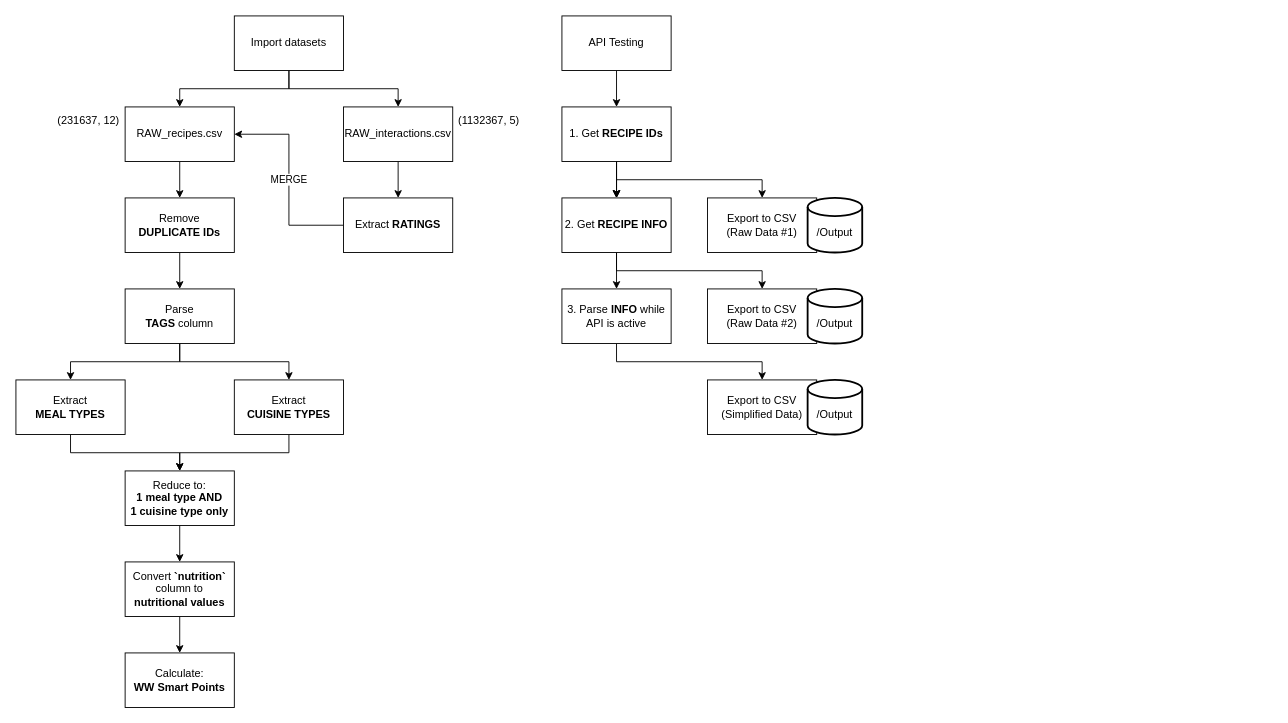
This is data_cleaning_process.drawio from alyssahondrade/Project1, a draw.io file, before an edit. Source tidied: cells renumbered, new cells numbered last; positions are measured from the earlier drawing's top-left corner, leaving out a move shared by most shapes. Both pictures are drawn from the tidied source at 91%, with x=0, y=0 at pixel (15, 15).
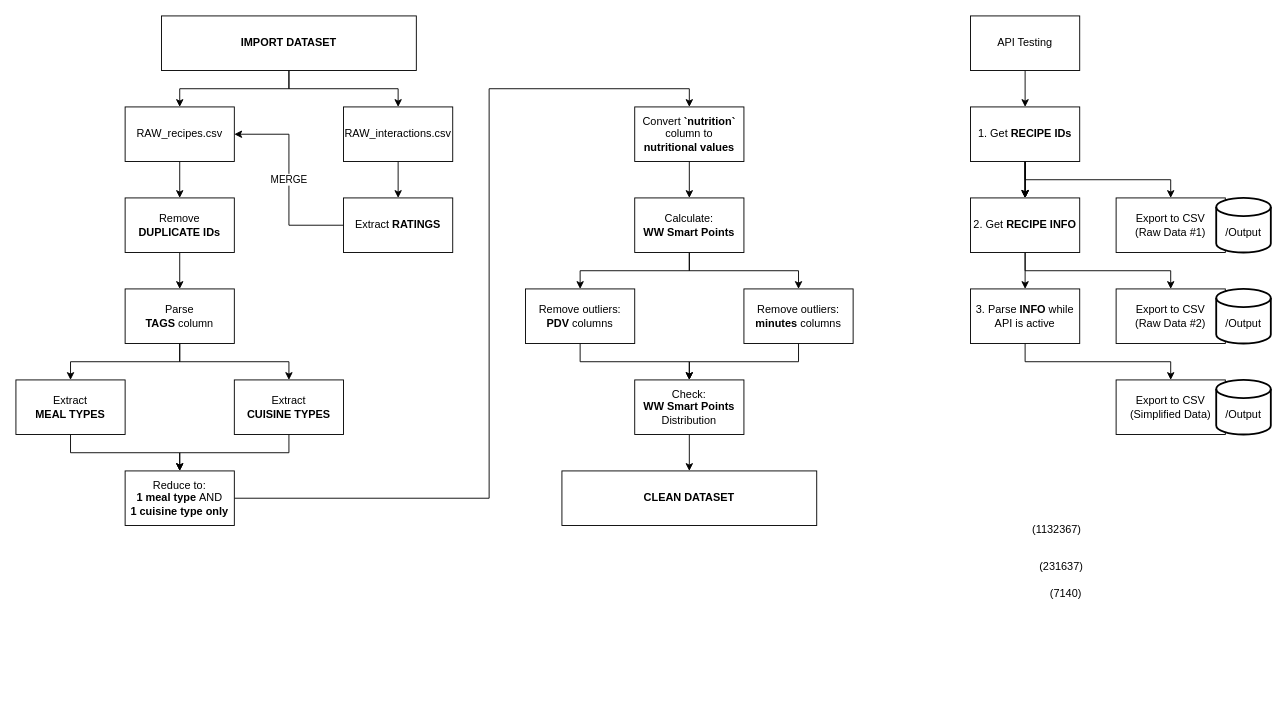
Above is the later version.

Diff of the diagram source:
```diff
@@
-    <mxCell id="2" style="edgeStyle=orthogonalEdgeStyle;rounded=0;jettySize=auto;html=1;exitX=0.5;exitY=1;exitDx=0;exitDy=0;" parent="1" edge="1" source="23" target="5">
+    <mxCell id="2" style="edgeStyle=orthogonalEdgeStyle;rounded=0;jettySize=auto;html=1;exitX=0.5;exitY=1;exitDx=0;exitDy=0;fontFamily=Trebuchet MS;" parent="1" edge="1" source="23" target="5">
       <mxGeometry relative="1" as="geometry" />
     </mxCell>
-    <mxCell id="3" style="edgeStyle=orthogonalEdgeStyle;rounded=0;jettySize=auto;html=1;exitX=0.5;exitY=1;exitDx=0;exitDy=0;" parent="1" edge="1" source="23" target="7">
+    <mxCell id="3" style="edgeStyle=orthogonalEdgeStyle;rounded=0;jettySize=auto;html=1;exitX=0.5;exitY=1;exitDx=0;exitDy=0;fontFamily=Trebuchet MS;" parent="1" edge="1" source="23" target="7">
       <mxGeometry relative="1" as="geometry" />
     </mxCell>
-    <mxCell id="4" style="edgeStyle=orthogonalEdgeStyle;rounded=0;jettySize=auto;html=1;" parent="1" edge="1" source="5" target="9">
+    <mxCell id="4" style="edgeStyle=orthogonalEdgeStyle;rounded=0;jettySize=auto;html=1;fontFamily=Trebuchet MS;" parent="1" edge="1" source="5" target="9">
       <mxGeometry relative="1" as="geometry" />
     </mxCell>
-    <mxCell id="5" value="RAW_interactions.csv" style="whiteSpace=wrap;html=1;" parent="1" vertex="1">
+    <mxCell id="5" value="RAW_interactions.csv" style="whiteSpace=wrap;html=1;fontFamily=Trebuchet MS;" parent="1" vertex="1">
       <mxGeometry x="360" y="100" width="120" height="60" as="geometry" />
     </mxCell>
-    <mxCell id="6" style="edgeStyle=orthogonalEdgeStyle;rounded=0;jettySize=auto;html=1;" parent="1" edge="1" source="7" target="11">
+    <mxCell id="6" style="edgeStyle=orthogonalEdgeStyle;rounded=0;jettySize=auto;html=1;fontFamily=Trebuchet MS;" parent="1" edge="1" source="7" target="11">
       <mxGeometry relative="1" as="geometry" />
     </mxCell>
-    <mxCell id="7" value="RAW_recipes.csv" style="whiteSpace=wrap;html=1;" parent="1" vertex="1">
+    <mxCell id="7" value="RAW_recipes.csv" style="whiteSpace=wrap;html=1;fontFamily=Trebuchet MS;" parent="1" vertex="1">
       <mxGeometry x="120" y="100" width="120" height="60" as="geometry" />
     </mxCell>
-    <mxCell id="8" value="MERGE" style="edgeStyle=orthogonalEdgeStyle;rounded=0;jettySize=auto;html=1;entryX=1;entryY=0.5;entryDx=0;entryDy=0;" parent="1" edge="1" source="9" target="7">
+    <mxCell id="8" value="MERGE" style="edgeStyle=orthogonalEdgeStyle;rounded=0;jettySize=auto;html=1;entryX=1;entryY=0.5;entryDx=0;entryDy=0;fontFamily=Trebuchet MS;" parent="1" edge="1" source="9" target="7">
       <mxGeometry relative="1" as="geometry" />
     </mxCell>
-    <mxCell id="9" value="Extract &lt;b&gt;RATINGS&lt;/b&gt;" style="whiteSpace=wrap;html=1;" parent="1" vertex="1">
+    <mxCell id="9" value="Extract &lt;b&gt;RATINGS&lt;/b&gt;" style="whiteSpace=wrap;html=1;fontFamily=Trebuchet MS;" parent="1" vertex="1">
       <mxGeometry x="360" y="200" width="120" height="60" as="geometry" />
     </mxCell>
-    <mxCell id="10" style="edgeStyle=orthogonalEdgeStyle;rounded=0;jettySize=auto;html=1;" parent="1" edge="1" source="11" target="14">
+    <mxCell id="10" style="edgeStyle=orthogonalEdgeStyle;rounded=0;jettySize=auto;html=1;fontFamily=Trebuchet MS;" parent="1" edge="1" source="11" target="14">
       <mxGeometry relative="1" as="geometry" />
     </mxCell>
-    <mxCell id="11" value="Remove&lt;br&gt;&lt;b&gt;DUPLICATE IDs&lt;/b&gt;" style="whiteSpace=wrap;html=1;" parent="1" vertex="1">
+    <mxCell id="11" value="Remove&lt;br&gt;&lt;b&gt;DUPLICATE IDs&lt;/b&gt;" style="whiteSpace=wrap;html=1;fontFamily=Trebuchet MS;" parent="1" vertex="1">
       <mxGeometry x="120" y="200" width="120" height="60" as="geometry" />
     </mxCell>
-    <mxCell id="12" style="edgeStyle=orthogonalEdgeStyle;rounded=0;jettySize=auto;html=1;" parent="1" edge="1" source="14" target="16">
+    <mxCell id="12" style="edgeStyle=orthogonalEdgeStyle;rounded=0;jettySize=auto;html=1;fontFamily=Trebuchet MS;" parent="1" edge="1" source="14" target="16">
       <mxGeometry relative="1" as="geometry" />
     </mxCell>
-    <mxCell id="13" style="edgeStyle=orthogonalEdgeStyle;rounded=0;jettySize=auto;html=1;" parent="1" edge="1" source="14" target="18">
+    <mxCell id="13" style="edgeStyle=orthogonalEdgeStyle;rounded=0;jettySize=auto;html=1;fontFamily=Trebuchet MS;" parent="1" edge="1" source="14" target="18">
       <mxGeometry relative="1" as="geometry" />
     </mxCell>
-    <mxCell id="14" value="Parse&lt;br&gt;&lt;b&gt;TAGS &lt;/b&gt;column" style="whiteSpace=wrap;html=1;" parent="1" vertex="1">
+    <mxCell id="14" value="Parse&lt;br&gt;&lt;b&gt;TAGS &lt;/b&gt;column" style="whiteSpace=wrap;html=1;fontFamily=Trebuchet MS;" parent="1" vertex="1">
       <mxGeometry x="120" y="300" width="120" height="60" as="geometry" />
     </mxCell>
-    <mxCell id="15" style="edgeStyle=orthogonalEdgeStyle;rounded=0;jettySize=auto;html=1;" parent="1" edge="1" source="16" target="20">
+    <mxCell id="15" style="edgeStyle=orthogonalEdgeStyle;rounded=0;jettySize=auto;html=1;fontFamily=Trebuchet MS;" parent="1" edge="1" source="16" target="20">
       <mxGeometry relative="1" as="geometry" />
     </mxCell>
-    <mxCell id="16" value="Extract&lt;br&gt;&lt;b&gt;MEAL TYPES&lt;/b&gt;" style="whiteSpace=wrap;html=1;" parent="1" vertex="1">
+    <mxCell id="16" value="Extract&lt;br&gt;&lt;b&gt;MEAL TYPES&lt;/b&gt;" style="whiteSpace=wrap;html=1;fontFamily=Trebuchet MS;" parent="1" vertex="1">
       <mxGeometry y="400" width="120" height="60" as="geometry" />
     </mxCell>
-    <mxCell id="17" style="edgeStyle=orthogonalEdgeStyle;rounded=0;jettySize=auto;html=1;entryX=0.5;entryY=0;entryDx=0;entryDy=0;" parent="1" edge="1" source="18" target="20">
+    <mxCell id="17" style="edgeStyle=orthogonalEdgeStyle;rounded=0;jettySize=auto;html=1;entryX=0.5;entryY=0;entryDx=0;entryDy=0;fontFamily=Trebuchet MS;" parent="1" edge="1" source="18" target="20">
       <mxGeometry relative="1" as="geometry" />
     </mxCell>
-    <mxCell id="18" value="Extract&lt;br&gt;&lt;b&gt;CUISINE TYPES&lt;/b&gt;" style="whiteSpace=wrap;html=1;" parent="1" vertex="1">
+    <mxCell id="18" value="Extract&lt;br&gt;&lt;b&gt;CUISINE TYPES&lt;/b&gt;" style="whiteSpace=wrap;html=1;fontFamily=Trebuchet MS;" parent="1" vertex="1">
       <mxGeometry x="240" y="400" width="120" height="60" as="geometry" />
     </mxCell>
-    <mxCell id="19" style="edgeStyle=orthogonalEdgeStyle;rounded=0;jettySize=auto;html=1;" parent="1" edge="1" source="20" target="22">
-      <mxGeometry relative="1" as="geometry" />
+    <mxCell id="19" style="edgeStyle=orthogonalEdgeStyle;rounded=0;jettySize=auto;html=1;entryX=0.5;entryY=0;entryDx=0;entryDy=0;fontFamily=Trebuchet MS;" parent="1" edge="1" source="20" target="22">
+      <mxGeometry relative="1" as="geometry">
+        <Array as="points">
+          <mxPoint x="520" y="530" />
+          <mxPoint x="520" y="80" />
+          <mxPoint x="740" y="80" />
+        </Array>
+      </mxGeometry>
     </mxCell>
-    <mxCell id="20" value="Reduce to:&lt;br&gt;&lt;b&gt;1 meal type AND&lt;br&gt;1 cuisine type only&lt;/b&gt;" style="whiteSpace=wrap;html=1;" parent="1" vertex="1">
+    <mxCell id="20" value="Reduce to:&lt;br&gt;&lt;b&gt;1 meal type &lt;/b&gt;AND&lt;br&gt;&lt;b&gt;1 cuisine type only&lt;/b&gt;" style="whiteSpace=wrap;html=1;fontFamily=Trebuchet MS;" parent="1" vertex="1">
       <mxGeometry x="120" y="500" width="120" height="60" as="geometry" />
     </mxCell>
-    <mxCell id="21" style="edgeStyle=orthogonalEdgeStyle;rounded=0;jettySize=auto;html=1;" parent="1" edge="1" source="22" target="24">
+    <mxCell id="21" style="edgeStyle=orthogonalEdgeStyle;rounded=0;jettySize=auto;html=1;fontFamily=Trebuchet MS;" parent="1" edge="1" source="22" target="24">
       <mxGeometry relative="1" as="geometry" />
     </mxCell>
-    <mxCell id="22" value="Convert &lt;b&gt;`nutrition` &lt;/b&gt;column to&lt;br&gt;&lt;b&gt;nutritional values&lt;/b&gt;" style="whiteSpace=wrap;html=1;" parent="1" vertex="1">
-      <mxGeometry x="120" y="600" width="120" height="60" as="geometry" />
+    <mxCell id="22" value="Convert &lt;b&gt;`nutrition` &lt;/b&gt;column to&lt;br&gt;&lt;b&gt;nutritional values&lt;/b&gt;" style="whiteSpace=wrap;html=1;fontFamily=Trebuchet MS;" parent="1" vertex="1">
+      <mxGeometry x="680" y="100" width="120" height="60" as="geometry" />
     </mxCell>
-    <mxCell id="23" value="Import datasets" style="rounded=0;whiteSpace=wrap;html=1;" parent="1" vertex="1">
-      <mxGeometry x="240" width="120" height="60" as="geometry" />
+    <mxCell id="23" value="&lt;b&gt;IMPORT DATASET&lt;/b&gt;" style="rounded=0;whiteSpace=wrap;html=1;fontFamily=Trebuchet MS;" parent="1" vertex="1">
+      <mxGeometry x="160" width="280" height="60" as="geometry" />
     </mxCell>
+    <mxCell id="46" style="edgeStyle=orthogonalEdgeStyle;rounded=0;jettySize=auto;html=1;exitX=0.5;exitY=1;exitDx=0;exitDy=0;fontFamily=Trebuchet MS;" parent="1" edge="1" source="24" target="50">
+      <mxGeometry relative="1" as="geometry" />
+    </mxCell>
+    <mxCell id="47" style="edgeStyle=orthogonalEdgeStyle;rounded=0;jettySize=auto;html=1;exitX=0.5;exitY=1;exitDx=0;exitDy=0;fontFamily=Trebuchet MS;" parent="1" edge="1" source="24" target="52">
+      <mxGeometry relative="1" as="geometry" />
+    </mxCell>
-    <mxCell id="24" value="Calculate:&lt;br&gt;&lt;b&gt;WW Smart Points&lt;/b&gt;" style="whiteSpace=wrap;html=1;" parent="1" vertex="1">
-      <mxGeometry x="120" y="700" width="120" height="60" as="geometry" />
+    <mxCell id="24" value="Calculate:&lt;br&gt;&lt;b&gt;WW Smart Points&lt;/b&gt;" style="whiteSpace=wrap;html=1;fontFamily=Trebuchet MS;" parent="1" vertex="1">
+      <mxGeometry x="680" y="200" width="120" height="60" as="geometry" />
     </mxCell>
-    <mxCell id="25" style="edgeStyle=orthogonalEdgeStyle;rounded=0;jettySize=auto;html=1;" parent="1" edge="1" source="26" target="31">
+    <mxCell id="25" style="edgeStyle=orthogonalEdgeStyle;rounded=0;jettySize=auto;html=1;fontFamily=Trebuchet MS;" parent="1" edge="1" source="26" target="31">
       <mxGeometry relative="1" as="geometry" />
     </mxCell>
-    <mxCell id="26" value="API Testing" style="whiteSpace=wrap;html=1;" parent="1" vertex="1">
-      <mxGeometry x="600" width="120" height="60" as="geometry" />
+    <mxCell id="26" value="API Testing" style="whiteSpace=wrap;html=1;fontFamily=Trebuchet MS;" parent="1" vertex="1">
+      <mxGeometry x="1049" width="120" height="60" as="geometry" />
     </mxCell>
-    <mxCell id="27" style="edgeStyle=orthogonalEdgeStyle;rounded=0;jettySize=auto;html=1;" parent="1" edge="1" source="31" target="34">
+    <mxCell id="27" style="edgeStyle=orthogonalEdgeStyle;rounded=0;jettySize=auto;html=1;fontFamily=Trebuchet MS;" parent="1" edge="1" source="31" target="34">
       <mxGeometry relative="1" as="geometry" />
     </mxCell>
-    <mxCell id="28" style="edgeStyle=orthogonalEdgeStyle;rounded=0;jettySize=auto;html=1;" parent="1" edge="1" source="31" target="34">
+    <mxCell id="28" style="edgeStyle=orthogonalEdgeStyle;rounded=0;jettySize=auto;html=1;fontFamily=Trebuchet MS;" parent="1" edge="1" source="31" target="34">
       <mxGeometry relative="1" as="geometry" />
     </mxCell>
-    <mxCell id="29" style="edgeStyle=orthogonalEdgeStyle;rounded=0;jettySize=auto;html=1;" parent="1" edge="1" source="31" target="34">
+    <mxCell id="29" style="edgeStyle=orthogonalEdgeStyle;rounded=0;jettySize=auto;html=1;fontFamily=Trebuchet MS;" parent="1" edge="1" source="31" target="34">
       <mxGeometry relative="1" as="geometry" />
     </mxCell>
-    <mxCell id="30" style="edgeStyle=orthogonalEdgeStyle;rounded=0;jettySize=auto;html=1;" parent="1" edge="1" source="31" target="34">
+    <mxCell id="30" style="edgeStyle=orthogonalEdgeStyle;rounded=0;jettySize=auto;html=1;fontFamily=Trebuchet MS;" parent="1" edge="1" source="31" target="34">
       <mxGeometry relative="1" as="geometry" />
     </mxCell>
-    <mxCell id="31" value="1. Get &lt;b&gt;RECIPE IDs&lt;/b&gt;" style="whiteSpace=wrap;html=1;" parent="1" vertex="1">
-      <mxGeometry x="600" y="100" width="120" height="60" as="geometry" />
+    <mxCell id="31" value="1. Get &lt;b&gt;RECIPE IDs&lt;/b&gt;" style="whiteSpace=wrap;html=1;fontFamily=Trebuchet MS;" parent="1" vertex="1">
+      <mxGeometry x="1049" y="100" width="120" height="60" as="geometry" />
     </mxCell>
-    <mxCell id="32" style="edgeStyle=orthogonalEdgeStyle;rounded=0;jettySize=auto;html=1;exitX=0.5;exitY=1;exitDx=0;exitDy=0;" parent="1" edge="1" source="34" target="37">
+    <mxCell id="32" style="edgeStyle=orthogonalEdgeStyle;rounded=0;jettySize=auto;html=1;exitX=0.5;exitY=1;exitDx=0;exitDy=0;fontFamily=Trebuchet MS;" parent="1" edge="1" source="34" target="37">
       <mxGeometry relative="1" as="geometry" />
     </mxCell>
-    <mxCell id="33" style="edgeStyle=orthogonalEdgeStyle;rounded=0;jettySize=auto;html=1;" parent="1" edge="1" source="34" target="39">
+    <mxCell id="33" style="edgeStyle=orthogonalEdgeStyle;rounded=0;jettySize=auto;html=1;fontFamily=Trebuchet MS;" parent="1" edge="1" source="34" target="39">
       <mxGeometry relative="1" as="geometry" />
     </mxCell>
-    <mxCell id="34" value="2. Get &lt;b&gt;RECIPE INFO&lt;/b&gt;" style="whiteSpace=wrap;html=1;" parent="1" vertex="1">
-      <mxGeometry x="600" y="200" width="120" height="60" as="geometry" />
+    <mxCell id="34" value="2. Get &lt;b&gt;RECIPE INFO&lt;/b&gt;" style="whiteSpace=wrap;html=1;fontFamily=Trebuchet MS;" parent="1" vertex="1">
+      <mxGeometry x="1049" y="200" width="120" height="60" as="geometry" />
     </mxCell>
-    <mxCell id="35" value="Export to CSV&lt;br&gt;(Raw Data #1)" style="rounded=0;whiteSpace=wrap;html=1;" parent="1" vertex="1">
-      <mxGeometry x="760" y="200" width="120" height="60" as="geometry" />
+    <mxCell id="35" value="Export to CSV&lt;br&gt;(Raw Data #1)" style="rounded=0;whiteSpace=wrap;html=1;fontFamily=Trebuchet MS;" parent="1" vertex="1">
+      <mxGeometry x="1209" y="200" width="120" height="60" as="geometry" />
     </mxCell>
-    <mxCell id="36" style="endArrow=classic;html=1;rounded=0;exitX=0.5;exitY=1;exitDx=0;exitDy=0;edgeStyle=orthogonalEdgeStyle;entryX=0.5;entryY=0;entryDx=0;entryDy=0;" parent="1" edge="1" source="31" target="35">
+    <mxCell id="36" style="endArrow=classic;html=1;rounded=0;exitX=0.5;exitY=1;exitDx=0;exitDy=0;edgeStyle=orthogonalEdgeStyle;entryX=0.5;entryY=0;entryDx=0;entryDy=0;fontFamily=Trebuchet MS;" parent="1" edge="1" source="31" target="35">
       <mxGeometry relative="1" as="geometry" />
     </mxCell>
-    <mxCell id="37" value="Export to CSV&lt;br&gt;(Raw Data #2)" style="whiteSpace=wrap;html=1;" parent="1" vertex="1">
-      <mxGeometry x="760" y="300" width="120" height="60" as="geometry" />
+    <mxCell id="37" value="Export to CSV&lt;br&gt;(Raw Data #2)" style="whiteSpace=wrap;html=1;fontFamily=Trebuchet MS;" parent="1" vertex="1">
+      <mxGeometry x="1209" y="300" width="120" height="60" as="geometry" />
     </mxCell>
-    <mxCell id="38" style="edgeStyle=orthogonalEdgeStyle;rounded=0;jettySize=auto;html=1;exitX=0.5;exitY=1;exitDx=0;exitDy=0;" parent="1" edge="1" source="39" target="40">
+    <mxCell id="38" style="edgeStyle=orthogonalEdgeStyle;rounded=0;jettySize=auto;html=1;exitX=0.5;exitY=1;exitDx=0;exitDy=0;fontFamily=Trebuchet MS;" parent="1" edge="1" source="39" target="40">
       <mxGeometry relative="1" as="geometry" />
     </mxCell>
-    <mxCell id="39" value="3. Parse &lt;b&gt;INFO&lt;/b&gt;&amp;nbsp;while API is active" style="whiteSpace=wrap;html=1;" parent="1" vertex="1">
-      <mxGeometry x="600" y="300" width="120" height="60" as="geometry" />
+    <mxCell id="39" value="3. Parse &lt;b&gt;INFO&lt;/b&gt;&amp;nbsp;while API is active" style="whiteSpace=wrap;html=1;fontFamily=Trebuchet MS;" parent="1" vertex="1">
+      <mxGeometry x="1049" y="300" width="120" height="60" as="geometry" />
     </mxCell>
-    <mxCell id="40" value="Export to CSV&lt;br&gt;(Simplified Data)" style="whiteSpace=wrap;html=1;" parent="1" vertex="1">
-      <mxGeometry x="760" y="400" width="120" height="60" as="geometry" />
+    <mxCell id="40" value="Export to CSV&lt;br&gt;(Simplified Data)" style="whiteSpace=wrap;html=1;fontFamily=Trebuchet MS;" parent="1" vertex="1">
+      <mxGeometry x="1209" y="400" width="120" height="60" as="geometry" />
     </mxCell>
-    <mxCell id="41" value="&lt;br&gt;/Output" style="strokeWidth=2;html=1;shape=mxgraph.flowchart.database;whiteSpace=wrap;" parent="1" vertex="1">
-      <mxGeometry x="870" y="200" width="60" height="60" as="geometry" />
+    <mxCell id="41" value="&lt;br&gt;/Output" style="strokeWidth=2;html=1;shape=mxgraph.flowchart.database;whiteSpace=wrap;fontFamily=Trebuchet MS;" parent="1" vertex="1">
+      <mxGeometry x="1319" y="200" width="60" height="60" as="geometry" />
     </mxCell>
-    <mxCell id="42" value="&lt;br&gt;/Output" style="strokeWidth=2;html=1;shape=mxgraph.flowchart.database;whiteSpace=wrap;" parent="1" vertex="1">
-      <mxGeometry x="870" y="300" width="60" height="60" as="geometry" />
+    <mxCell id="42" value="&lt;br&gt;/Output" style="strokeWidth=2;html=1;shape=mxgraph.flowchart.database;whiteSpace=wrap;fontFamily=Trebuchet MS;" parent="1" vertex="1">
+      <mxGeometry x="1319" y="300" width="60" height="60" as="geometry" />
     </mxCell>
-    <mxCell id="43" value="&lt;br&gt;/Output" style="strokeWidth=2;html=1;shape=mxgraph.flowchart.database;whiteSpace=wrap;" parent="1" vertex="1">
-      <mxGeometry x="870" y="400" width="60" height="60" as="geometry" />
+    <mxCell id="43" value="&lt;br&gt;/Output" style="strokeWidth=2;html=1;shape=mxgraph.flowchart.database;whiteSpace=wrap;fontFamily=Trebuchet MS;" parent="1" vertex="1">
+      <mxGeometry x="1319" y="400" width="60" height="60" as="geometry" />
     </mxCell>
-    <mxCell id="44" value="(231637, 12)" style="text;html=1;strokeColor=none;fillColor=none;align=center;verticalAlign=middle;whiteSpace=wrap;rounded=0;" parent="1" vertex="1">
-      <mxGeometry x="40" y="100" width="80" height="30" as="geometry" />
+    <mxCell id="44" value="(231637)" style="text;html=1;strokeColor=none;fillColor=none;align=center;verticalAlign=middle;whiteSpace=wrap;rounded=0;fontFamily=Trebuchet MS;" parent="1" vertex="1">
+      <mxGeometry x="1119" y="590" width="60" height="30" as="geometry" />
     </mxCell>
-    <mxCell id="45" value="(1132367, 5)" style="text;html=1;strokeColor=none;fillColor=none;align=center;verticalAlign=middle;whiteSpace=wrap;rounded=0;" parent="1" vertex="1">
-      <mxGeometry x="480" y="100" width="80" height="30" as="geometry" />
+    <mxCell id="45" value="(1132367)" style="text;html=1;strokeColor=none;fillColor=none;align=center;verticalAlign=middle;whiteSpace=wrap;rounded=0;fontFamily=Trebuchet MS;" parent="1" vertex="1">
+      <mxGeometry x="1109" y="550" width="70" height="30" as="geometry" />
     </mxCell>
+    <mxCell id="48" value="(7140)" style="text;html=1;strokeColor=none;fillColor=none;align=center;verticalAlign=middle;whiteSpace=wrap;rounded=0;fontFamily=Trebuchet MS;" parent="1" vertex="1">
+      <mxGeometry x="1129" y="620" width="50" height="30" as="geometry" />
+    </mxCell>
+    <mxCell id="49" style="edgeStyle=orthogonalEdgeStyle;rounded=0;jettySize=auto;html=1;entryX=0.5;entryY=0;entryDx=0;entryDy=0;fontFamily=Trebuchet MS;" parent="1" edge="1" source="50" target="54">
+      <mxGeometry relative="1" as="geometry" />
+    </mxCell>
+    <mxCell id="50" value="Remove outliers:&lt;br&gt;&lt;b&gt;PDV &lt;/b&gt;columns" style="whiteSpace=wrap;html=1;fontFamily=Trebuchet MS;" parent="1" vertex="1">
+      <mxGeometry x="560" y="300" width="120" height="60" as="geometry" />
+    </mxCell>
+    <mxCell id="51" style="edgeStyle=orthogonalEdgeStyle;rounded=0;jettySize=auto;html=1;entryX=0.5;entryY=0;entryDx=0;entryDy=0;fontFamily=Trebuchet MS;" parent="1" edge="1" source="52" target="54">
+      <mxGeometry relative="1" as="geometry" />
+    </mxCell>
+    <mxCell id="52" value="Remove outliers:&lt;br&gt;&lt;b&gt;minutes&lt;/b&gt;&amp;nbsp;columns" style="whiteSpace=wrap;html=1;fontFamily=Trebuchet MS;" parent="1" vertex="1">
+      <mxGeometry x="800" y="300" width="120" height="60" as="geometry" />
+    </mxCell>
+    <mxCell id="53" style="edgeStyle=orthogonalEdgeStyle;rounded=0;jettySize=auto;html=1;fontFamily=Trebuchet MS;" parent="1" edge="1" source="54" target="55">
+      <mxGeometry relative="1" as="geometry" />
+    </mxCell>
+    <mxCell id="54" value="Check:&lt;br&gt;&lt;b&gt;WW Smart Points&lt;/b&gt;&lt;br&gt;Distribution" style="whiteSpace=wrap;html=1;fontFamily=Trebuchet MS;" parent="1" vertex="1">
+      <mxGeometry x="680" y="400" width="120" height="60" as="geometry" />
+    </mxCell>
+    <mxCell id="55" value="&lt;b&gt;CLEAN DATASET&lt;/b&gt;" style="whiteSpace=wrap;html=1;fontFamily=Trebuchet MS;" parent="1" vertex="1">
+      <mxGeometry x="600" y="500" width="280" height="60" as="geometry" />
+    </mxCell>
```
